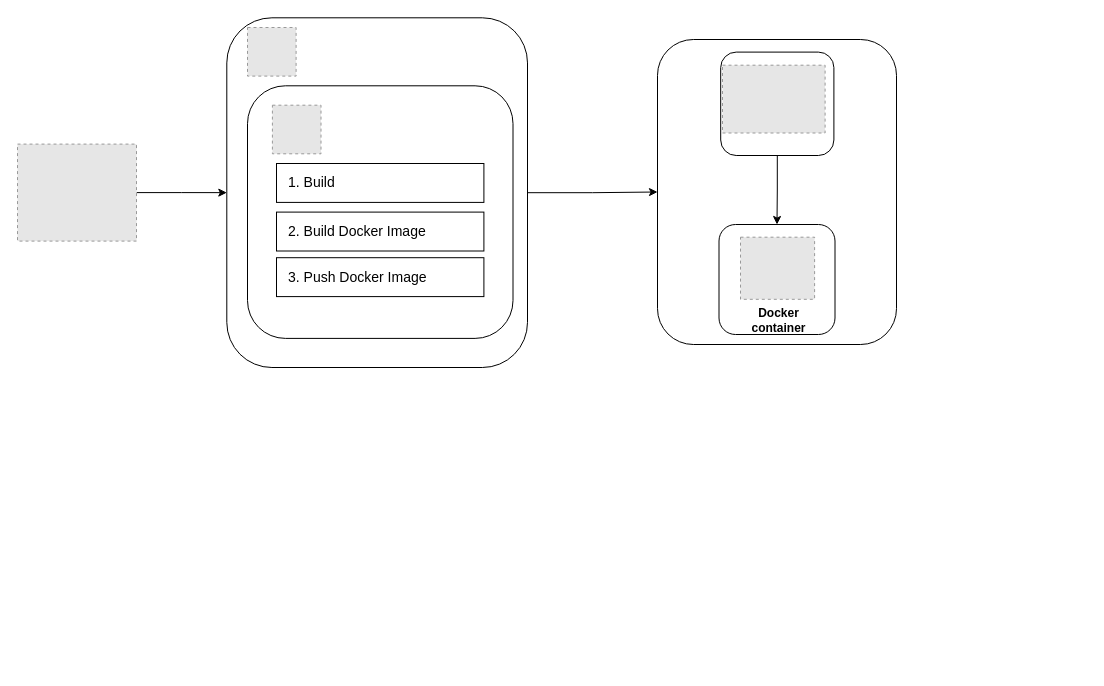
NurFakhiraMohdSaufi/Chat-App keeps this draw.io diagram as CI/CD Workflow.drawio. Above is the earlier version. Source tidied: cells renumbered, new cells numbered last; positions are measured from the earlier drawing's top-left corner, leaving out a move shared by most shapes. Both pictures are drawn from the tidied source at 100%, with x=0, y=0 at pixel (17, 17). Pictures stored in the file or linked from it are replaced by grey dashed boxes.
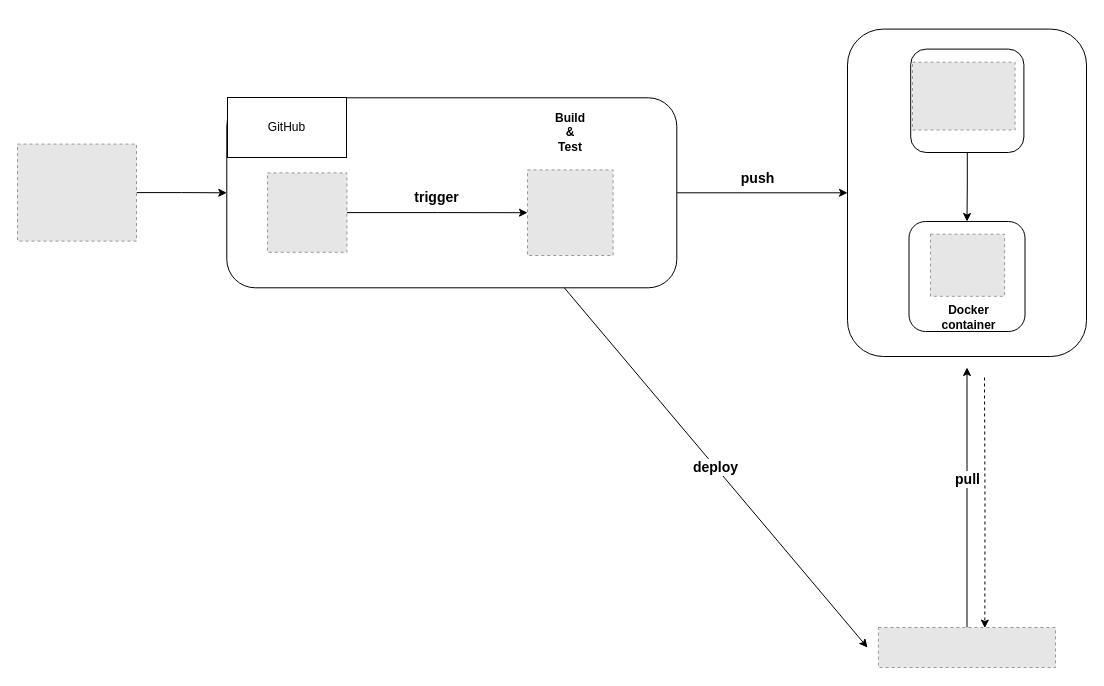
After the change.

Unchanged cells that the change refers to:
```xml
<mxCell id="26" style="edgeStyle=orthogonalEdgeStyle;rounded=0;jettySize=auto;html=1;entryX=0;entryY=0.5;entryDx=0;entryDy=0;" parent="1" edge="1" source="7" target="15">
  <mxGeometry relative="1" as="geometry" />
</mxCell>
```

The edit, as a diff of the source:
```diff
@@
-    <mxCell id="4" style="group;" parent="1" vertex="1">
-      <mxGeometry x="230" y="10" width="280" height="340" as="geometry" />
-    </mxCell>
-    <mxCell id="5" style="group;" parent="4" vertex="1">
-      <mxGeometry y="58.3" width="280" height="281.7" as="geometry" />
-    </mxCell>
-    <mxCell id="6" style="group;" parent="5" vertex="1">
-      <mxGeometry x="-20.7" y="-68" width="300.7" height="349.7" as="geometry" />
-    </mxCell>
-    <mxCell id="7" style="rounded=1;whiteSpace=wrap;html=1;" parent="6" vertex="1">
-      <mxGeometry width="300.7" height="349.7" as="geometry" />
-    </mxCell>
-    <mxCell id="8" style="fillColor=#E6E6E6;strokeColor=#999999;dashed=1;verticalLabelPosition=bottom;labelBackgroundColor=#ffffff;verticalAlign=top;" parent="6" vertex="1">
-      <mxGeometry x="20.7" y="9.7" width="48.6" height="48.6" as="geometry" />
-    </mxCell>
-    <mxCell id="9" style="rounded=1;whiteSpace=wrap;html=1;" parent="5" vertex="1">
-      <mxGeometry width="265.5" height="252.6" as="geometry" />
-    </mxCell>
-    <mxCell id="10" style="fillColor=#E6E6E6;strokeColor=#999999;dashed=1;verticalLabelPosition=bottom;labelBackgroundColor=#ffffff;verticalAlign=top;" parent="5" vertex="1">
-      <mxGeometry x="24.9" y="19.4" width="48.6" height="48.6" as="geometry" />
-    </mxCell>
-    <mxCell id="11" value="&lt;div style=&quot;padding-right: 0px; padding-left: 10px;&quot;&gt;&lt;span style=&quot;font-size: 14px; background-color: initial;&quot;&gt;1. Build&lt;/span&gt;&lt;/div&gt;" style="rounded=0;whiteSpace=wrap;html=1;align=left;" parent="5" vertex="1">
-      <mxGeometry x="29" y="77.7" width="207.4" height="38.9" as="geometry" />
-    </mxCell>
-    <mxCell id="12" value="&lt;div style=&quot;padding-right: 0px; padding-left: 10px;&quot;&gt;&lt;span style=&quot;font-size: 14px; background-color: initial;&quot;&gt;2. Build Docker Image&lt;/span&gt;&lt;/div&gt;" style="rounded=0;whiteSpace=wrap;html=1;align=left;" parent="5" vertex="1">
-      <mxGeometry x="29" y="126.3" width="207.4" height="38.9" as="geometry" />
-    </mxCell>
-    <mxCell id="13" value="&lt;div style=&quot;padding-right: 0px; padding-left: 10px;&quot;&gt;&lt;span style=&quot;font-size: 14px; background-color: initial;&quot;&gt;3. Push Docker Image&lt;/span&gt;&lt;/div&gt;" style="rounded=0;whiteSpace=wrap;html=1;align=left;" parent="5" vertex="1">
-      <mxGeometry x="29" y="171.9" width="207.4" height="38.9" as="geometry" />
-    </mxCell>
     <mxCell id="14" style="group;" parent="1" vertex="1">
-      <mxGeometry x="640" y="22" width="239" height="305" as="geometry" />
+      <mxGeometry x="830" y="19" width="239" height="320" as="geometry" />
     </mxCell>
     <mxCell id="15" style="rounded=1;whiteSpace=wrap;html=1;" parent="14" vertex="1">
-      <mxGeometry width="239" height="305" as="geometry" />
+      <mxGeometry y="-7.4" width="239" height="327.4" as="geometry" />
     </mxCell>
@@
+    <mxCell id="27" value="&lt;b&gt;&lt;font style=&quot;font-size: 14px;&quot;&gt;push&lt;/font&gt;&lt;/b&gt;" style="edgeLabel;html=1;align=center;verticalAlign=middle;" parent="26" vertex="1">
+      <mxGeometry x="-0.14" y="5" relative="1" as="geometry">
+        <mxPoint x="7" y="-10" as="offset" />
+      </mxGeometry>
+    </mxCell>
+    <mxCell id="28" style="group;" parent="1" vertex="1">
+      <mxGeometry x="209.3" y="80.3" width="450" height="190" as="geometry" />
+    </mxCell>
+    <mxCell id="7" style="rounded=1;whiteSpace=wrap;html=1;" parent="28" vertex="1">
+      <mxGeometry width="450" height="190" as="geometry" />
+    </mxCell>
+    <mxCell id="29" value="&lt;b&gt;&lt;font style=&quot;font-size: 14px;&quot;&gt;trigger&lt;/font&gt;&lt;/b&gt;" style="edgeStyle=orthogonalEdgeStyle;rounded=0;jettySize=auto;html=1;" parent="28" edge="1" source="8" target="10">
+      <mxGeometry y="15" relative="1" as="geometry" />
+    </mxCell>
+    <mxCell id="8" style="fillColor=#E6E6E6;strokeColor=#999999;dashed=1;verticalLabelPosition=bottom;labelBackgroundColor=#ffffff;verticalAlign=top;" parent="28" vertex="1">
+      <mxGeometry x="40.7" y="75.1" width="79.4" height="79.4" as="geometry" />
+    </mxCell>
+    <mxCell id="10" style="fillColor=#E6E6E6;strokeColor=#999999;dashed=1;verticalLabelPosition=bottom;labelBackgroundColor=#ffffff;verticalAlign=top;" parent="28" vertex="1">
+      <mxGeometry x="300.7" y="72.1" width="85.6" height="85.6" as="geometry" />
+    </mxCell>
+    <mxCell id="30" value="Build&lt;div&gt;&lt;span style=&quot;background-color: initial;&quot;&gt;&amp;amp;&lt;/span&gt;&lt;div&gt;&lt;span style=&quot;background-color: initial;&quot;&gt;Test&lt;/span&gt;&lt;/div&gt;&lt;/div&gt;" style="text;html=1;align=center;verticalAlign=middle;whiteSpace=wrap;rounded=0;fontStyle=1;" parent="28" vertex="1">
+      <mxGeometry x="313.5" y="19.7" width="60" height="30" as="geometry" />
+    </mxCell>
+    <mxCell id="31" value="&lt;b&gt;&lt;font style=&quot;font-size: 14px;&quot;&gt;pull&lt;/font&gt;&lt;/b&gt;" style="edgeStyle=orthogonalEdgeStyle;rounded=0;jettySize=auto;html=1;" parent="1" edge="1" source="32">
+      <mxGeometry x="-0.01" y="-19" relative="1" as="geometry">
+        <mxPoint x="949.5" y="350" as="targetPoint" />
+        <mxPoint x="-19" y="-19" as="offset" />
+      </mxGeometry>
+    </mxCell>
+    <mxCell id="32" style="fillColor=#E6E6E6;strokeColor=#999999;dashed=1;verticalLabelPosition=bottom;labelBackgroundColor=default;verticalAlign=top;" parent="1" vertex="1">
+      <mxGeometry x="860.9" y="610" width="177.1" height="40" as="geometry" />
+    </mxCell>
+    <mxCell id="33" value="&lt;b&gt;&lt;font style=&quot;font-size: 14px;&quot;&gt;deploy&lt;/font&gt;&lt;/b&gt;" style="rounded=0;jettySize=auto;html=1;exitX=0.75;exitY=1;exitDx=0;exitDy=0;" parent="1" edge="1" source="7">
+      <mxGeometry relative="1" as="geometry">
+        <mxPoint x="850" y="630" as="targetPoint" />
+      </mxGeometry>
+    </mxCell>
+    <mxCell id="34" style="edgeStyle=orthogonalEdgeStyle;rounded=0;jettySize=auto;html=1;entryX=0.601;entryY=0.014;entryDx=0;entryDy=0;entryPerimeter=0;dashed=1;" parent="1" edge="1" target="32">
+      <mxGeometry x="-0.01" y="-19" relative="1" as="geometry">
+        <mxPoint x="967" y="360" as="sourcePoint" />
+        <mxPoint x="-19" y="-19" as="offset" />
+      </mxGeometry>
+    </mxCell>
+    <mxCell id="35" value="GitHub" style="rounded=0;whiteSpace=wrap;html=1;imageAspect=1;" parent="1" vertex="1">
+      <mxGeometry x="210" y="80" width="119" height="60" as="geometry" />
+    </mxCell>
```
